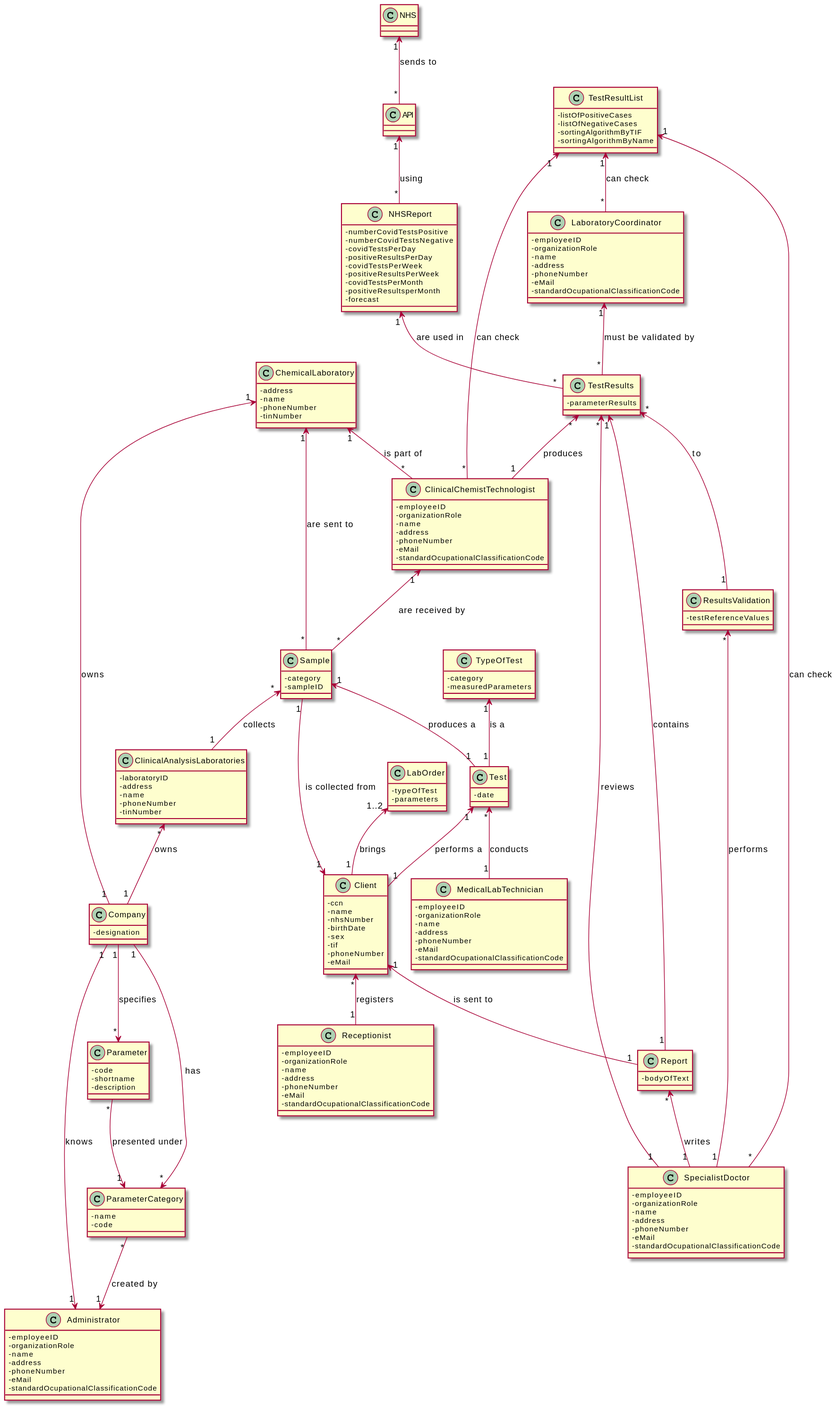
The PlantUML diagram docs/SprintB/Domain Model.svg in RuiRioPina/LAPR2-20-21, before a commit.
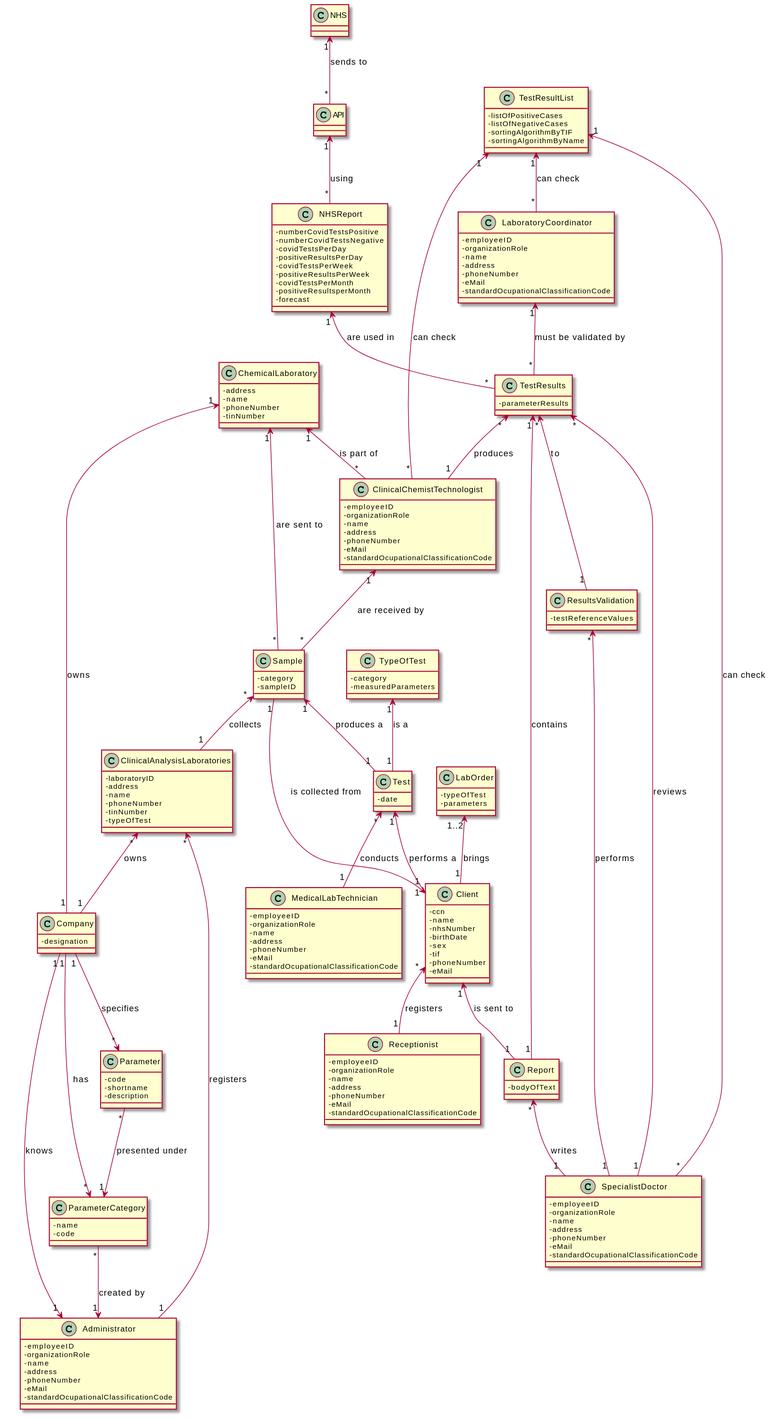
After the commit.

The edit, as a diff of the source:
```diff
@@ -8,6 +8,7 @@
 -name
 -phoneNumber
 -tinNumber
+-typeOfTest
 }
 ClinicalAnalysisLaboratories "*" <-- "1" Company : owns
 Class ChemicalLaboratory{
@@ -130,6 +131,7 @@
 Class TestResults{
 -parameterResults
 }
+ClinicalAnalysisLaboratories "*" <-- "1" Administrator : registers
 Sample "*" <-- "1" ClinicalAnalysisLaboratories : collects
 Client "*" <-- "1" Receptionist : registers
 ChemicalLaboratory "1" <-- "1" Company : owns
```
